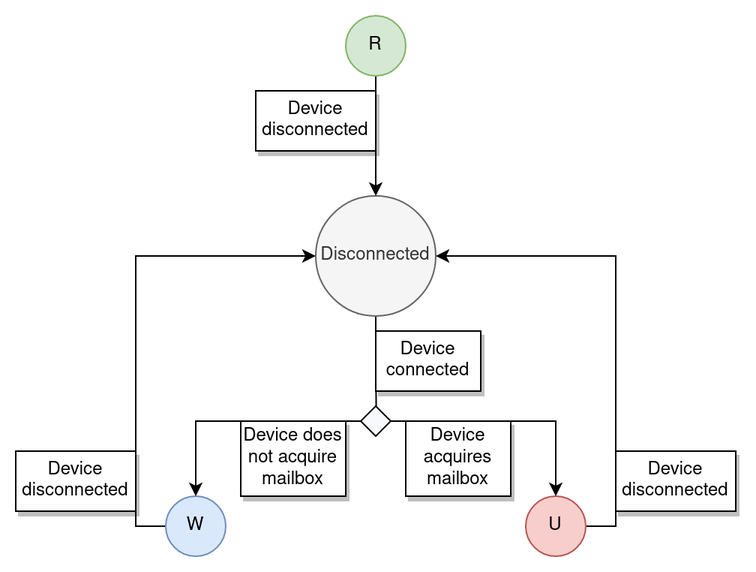
noodlecollie/v2mp keeps this draw.io diagram as docs/img/device-port-connected-state-diagram.png. Above is the earlier version. Source tidied: cells renumbered, new cells last; positions are measured from the earlier drawing's top-left corner, leaving out a move shared by most shapes.
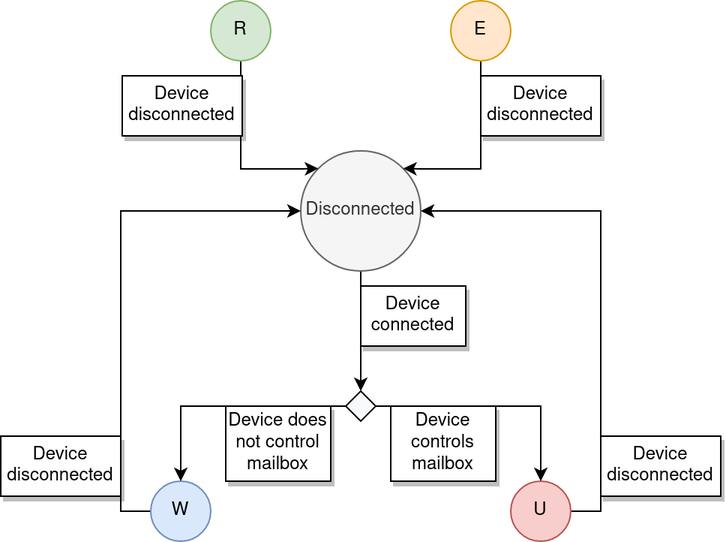
After the change.

Commit message:
Refined device port states again

The edit, as a diff of the source:
```diff
@@ -2,13 +2,11 @@
   <root>
     <mxCell id="0" />
     <mxCell id="1" parent="0" />
-    <mxCell id="2" style="edgeStyle=orthogonalEdgeStyle;rounded=0;jettySize=auto;html=1;exitX=0.5;exitY=1;exitDx=0;exitDy=0;endArrow=none;endFill=0;" parent="1" edge="1" source="3">
-      <mxGeometry relative="1" as="geometry">
-        <mxPoint x="240.3" y="260" as="targetPoint" />
-      </mxGeometry>
+    <mxCell id="2" style="edgeStyle=orthogonalEdgeStyle;rounded=0;jettySize=auto;html=1;exitX=0.5;exitY=1;exitDx=0;exitDy=0;endArrow=classic;endFill=1;entryX=0.5;entryY=0;entryDx=0;entryDy=0;" parent="1" edge="1" source="3" target="10">
+      <mxGeometry relative="1" as="geometry" />
     </mxCell>
     <mxCell id="3" value="Disconnected" style="ellipse;whiteSpace=wrap;html=1;fillColor=#f5f5f5;fontColor=#333333;strokeColor=#666666;" parent="1" vertex="1">
-      <mxGeometry x="200" y="120" width="80" height="80" as="geometry" />
+      <mxGeometry x="200" y="100" width="80" height="80" as="geometry" />
     </mxCell>
     <mxCell id="4" style="edgeStyle=orthogonalEdgeStyle;rounded=0;jettySize=auto;html=1;exitX=0;exitY=0.5;exitDx=0;exitDy=0;entryX=0;entryY=0.5;entryDx=0;entryDy=0;endArrow=classic;endFill=1;" parent="1" edge="1" source="5" target="3">
       <mxGeometry relative="1" as="geometry" />
@@ -32,12 +30,12 @@
       <mxGeometry x="230" y="260" width="20" height="20" as="geometry" />
     </mxCell>
     <mxCell id="11" value="Device connected" style="rounded=0;whiteSpace=wrap;html=1;shadow=1;" parent="1" vertex="1">
-      <mxGeometry x="240" y="210" width="70" height="40" as="geometry" />
+      <mxGeometry x="240" y="190" width="70" height="40" as="geometry" />
     </mxCell>
-    <mxCell id="12" value="Device does not acquire mailbox" style="rounded=0;whiteSpace=wrap;html=1;shadow=1;" parent="1" vertex="1">
+    <mxCell id="12" value="Device does not control mailbox" style="rounded=0;whiteSpace=wrap;html=1;shadow=1;" parent="1" vertex="1">
       <mxGeometry x="150" y="270" width="70" height="50" as="geometry" />
     </mxCell>
-    <mxCell id="13" value="Device acquires mailbox" style="rounded=0;whiteSpace=wrap;html=1;shadow=1;" parent="1" vertex="1">
+    <mxCell id="13" value="Device controls mailbox" style="rounded=0;whiteSpace=wrap;html=1;shadow=1;" parent="1" vertex="1">
       <mxGeometry x="260" y="270" width="70" height="50" as="geometry" />
     </mxCell>
     <mxCell id="14" value="Device disconnected" style="rounded=0;whiteSpace=wrap;html=1;shadow=1;" parent="1" vertex="1">
@@ -46,14 +44,33 @@
     <mxCell id="15" value="Device disconnected" style="rounded=0;whiteSpace=wrap;html=1;shadow=1;" parent="1" vertex="1">
       <mxGeometry x="400" y="290" width="80" height="40" as="geometry" />
     </mxCell>
-    <mxCell id="16" style="edgeStyle=orthogonalEdgeStyle;rounded=0;jettySize=auto;html=1;exitX=0.5;exitY=1;exitDx=0;exitDy=0;entryX=0.5;entryY=0;entryDx=0;entryDy=0;endArrow=classic;endFill=1;" parent="1" edge="1" source="17" target="3">
-      <mxGeometry relative="1" as="geometry" />
+    <mxCell id="16" style="edgeStyle=orthogonalEdgeStyle;rounded=0;jettySize=auto;html=1;exitX=0.5;exitY=1;exitDx=0;exitDy=0;entryX=0;entryY=0;entryDx=0;entryDy=0;endArrow=classic;endFill=1;" parent="1" edge="1" source="17" target="3">
+      <mxGeometry relative="1" as="geometry">
+        <Array as="points">
+          <mxPoint x="160" y="112" />
+          <mxPoint x="200" y="112" />
+        </Array>
+      </mxGeometry>
     </mxCell>
     <mxCell id="17" value="R" style="ellipse;whiteSpace=wrap;html=1;fillColor=#d5e8d4;strokeColor=#82b366;" parent="1" vertex="1">
-      <mxGeometry x="220" width="40" height="40" as="geometry" />
+      <mxGeometry x="140" width="40" height="40" as="geometry" />
     </mxCell>
     <mxCell id="18" value="Device disconnected" style="rounded=0;whiteSpace=wrap;html=1;shadow=1;" parent="1" vertex="1">
-      <mxGeometry x="160" y="50" width="80" height="40" as="geometry" />
+      <mxGeometry x="81" y="50" width="80" height="40" as="geometry" />
     </mxCell>
+    <mxCell id="19" style="edgeStyle=orthogonalEdgeStyle;rounded=0;jettySize=auto;html=1;exitX=0.5;exitY=1;exitDx=0;exitDy=0;entryX=1;entryY=0;entryDx=0;entryDy=0;" parent="1" edge="1" source="20" target="3">
+      <mxGeometry relative="1" as="geometry">
+        <Array as="points">
+          <mxPoint x="320" y="112" />
+          <mxPoint x="280" y="112" />
+        </Array>
+      </mxGeometry>
+    </mxCell>
+    <mxCell id="20" value="&lt;div&gt;E&lt;/div&gt;" style="ellipse;whiteSpace=wrap;html=1;fillColor=#ffe6cc;strokeColor=#d79b00;" parent="1" vertex="1">
+      <mxGeometry x="300" width="40" height="40" as="geometry" />
+    </mxCell>
+    <mxCell id="21" value="Device disconnected" style="rounded=0;whiteSpace=wrap;html=1;shadow=1;" parent="1" vertex="1">
+      <mxGeometry x="320" y="50" width="80" height="40" as="geometry" />
+    </mxCell>
   </root>
 </mxGraphModel>
```
